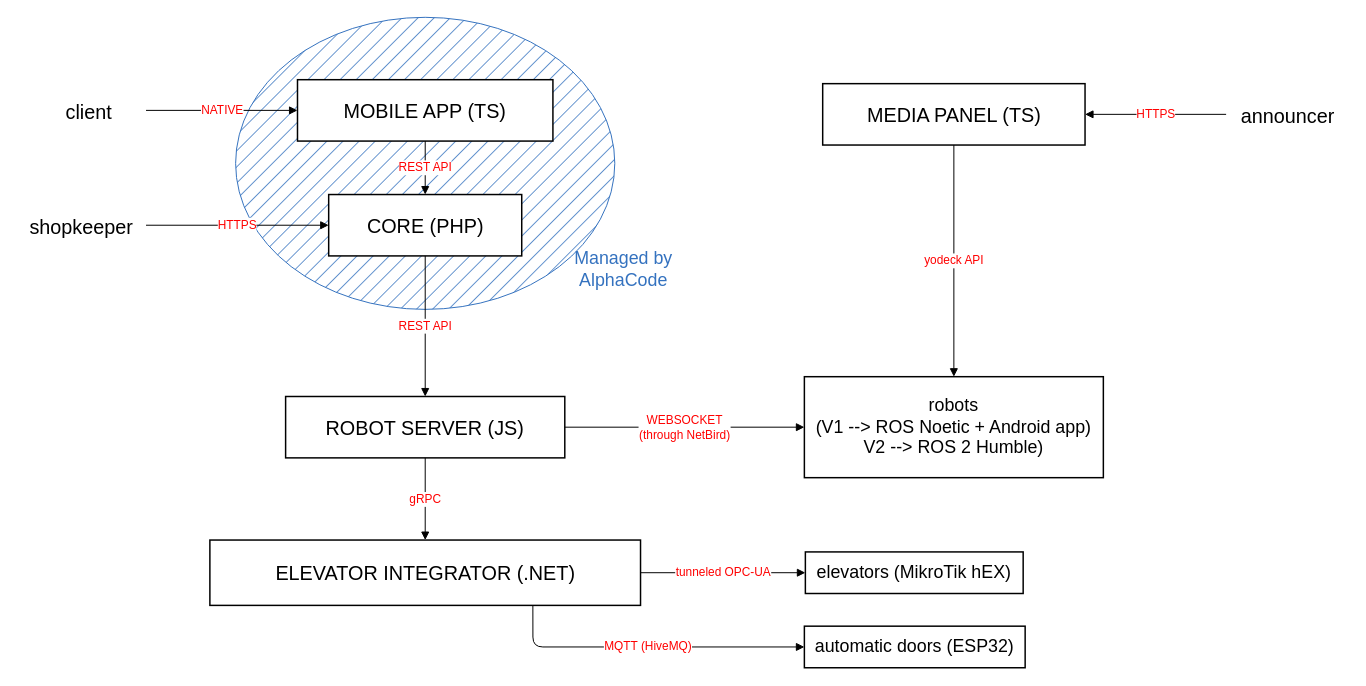
Before: skyfood_architecture.drawio in MekhyW/skyfood-infra, a draw.io diagram. Source tidied: cells renumbered, new cells numbered last; positions are measured from the earlier drawing's top-left corner, leaving out a move shared by most shapes. Both pictures are drawn from the tidied source at 99%, with x=0, y=0 at pixel (17, 17).
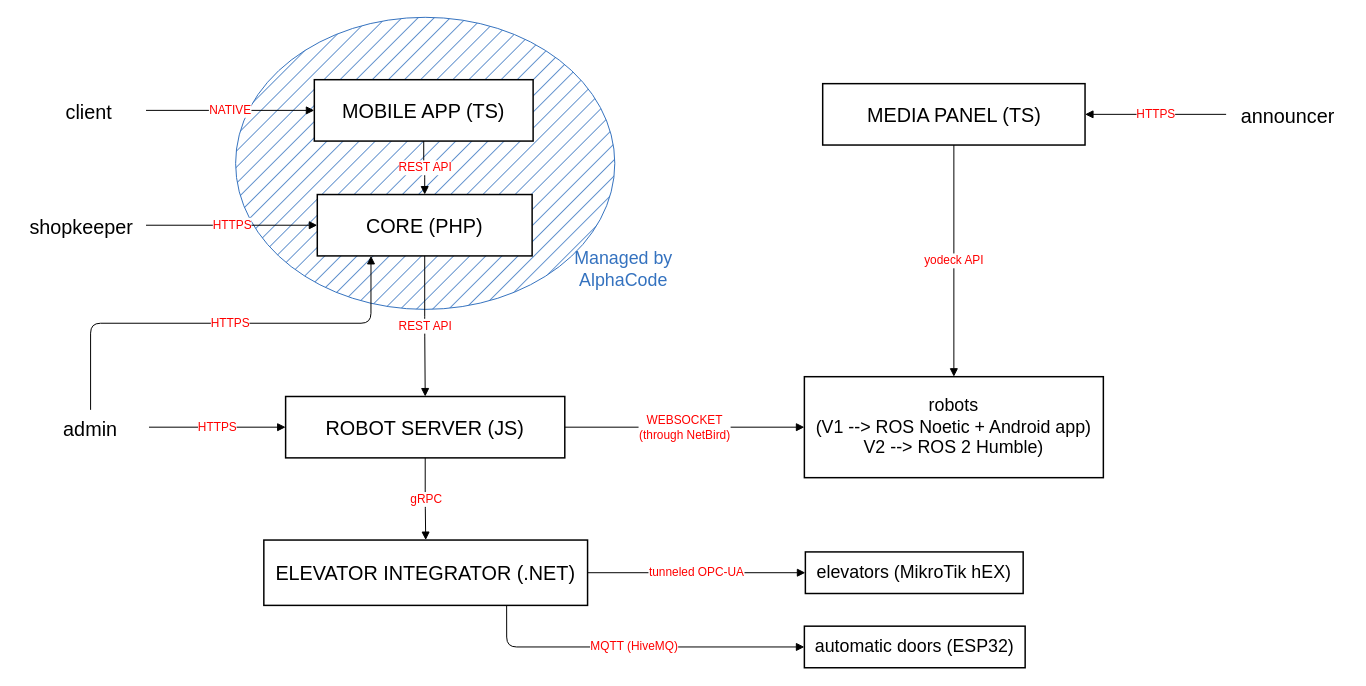
After the change.

Unchanged cells that the change refers to:
```xml
<mxCell id="6" value="ROBOT SERVER (JS)" style="rounded=0;whiteSpace=wrap;html=1;strokeWidth=1.5;fontSize=20;" parent="1" vertex="1">
  <mxGeometry x="271" y="383" width="282" height="62" as="geometry" />
</mxCell>
```

The edit, as a diff of the source:
```diff
@@
     <mxCell id="3" value="MOBILE APP (TS)" style="rounded=0;whiteSpace=wrap;html=1;strokeWidth=1.5;fontSize=20;" parent="1" vertex="1">
-      <mxGeometry x="283" y="63" width="258" height="62" as="geometry" />
+      <mxGeometry x="300" y="63" width="221" height="62" as="geometry" />
     </mxCell>
@@
     <mxCell id="5" value="CORE (PHP)" style="rounded=0;whiteSpace=wrap;html=1;strokeWidth=1.5;fontSize=20;" parent="1" vertex="1">
-      <mxGeometry x="314.5" y="179" width="195" height="62" as="geometry" />
+      <mxGeometry x="303" y="179" width="217" height="62" as="geometry" />
     </mxCell>
@@
     <mxCell id="7" value="ELEVATOR INTEGRATOR (.NET)" style="rounded=0;whiteSpace=wrap;html=1;strokeWidth=1.5;fontSize=20;" parent="1" vertex="1">
-      <mxGeometry x="194.5" y="528" width="435" height="66" as="geometry" />
+      <mxGeometry x="249" y="528" width="327" height="66" as="geometry" />
     </mxCell>
@@
+    <mxCell id="25" value="admin" style="strokeColor=none;fillColor=none;fontSize=20;" parent="1" vertex="1">
+      <mxGeometry x="15" y="396.5" width="118" height="35" as="geometry" />
+    </mxCell>
+    <mxCell id="26" value="HTTPS" style="edgeStyle=orthogonalEdgeStyle;html=1;endArrow=block;fontColor=#ff0000;fontSize=12;entryX=0;entryY=0.5;entryDx=0;entryDy=0;exitX=1;exitY=0.5;exitDx=0;exitDy=0;" parent="1" edge="1" source="25" target="6">
+      <mxGeometry relative="1" as="geometry" />
+    </mxCell>
+    <mxCell id="27" value="HTTPS" style="edgeStyle=orthogonalEdgeStyle;html=1;endArrow=block;fontColor=#ff0000;fontSize=12;entryX=0.25;entryY=1;entryDx=0;entryDy=0;exitX=0.5;exitY=0;exitDx=0;exitDy=0;" parent="1" edge="1" source="25" target="5">
+      <mxGeometry x="0.04" relative="1" as="geometry">
+        <Array as="points">
+          <mxPoint x="74" y="309" />
+          <mxPoint x="357" y="309" />
+          <mxPoint x="357" y="241" />
+        </Array>
+      </mxGeometry>
+    </mxCell>
```
